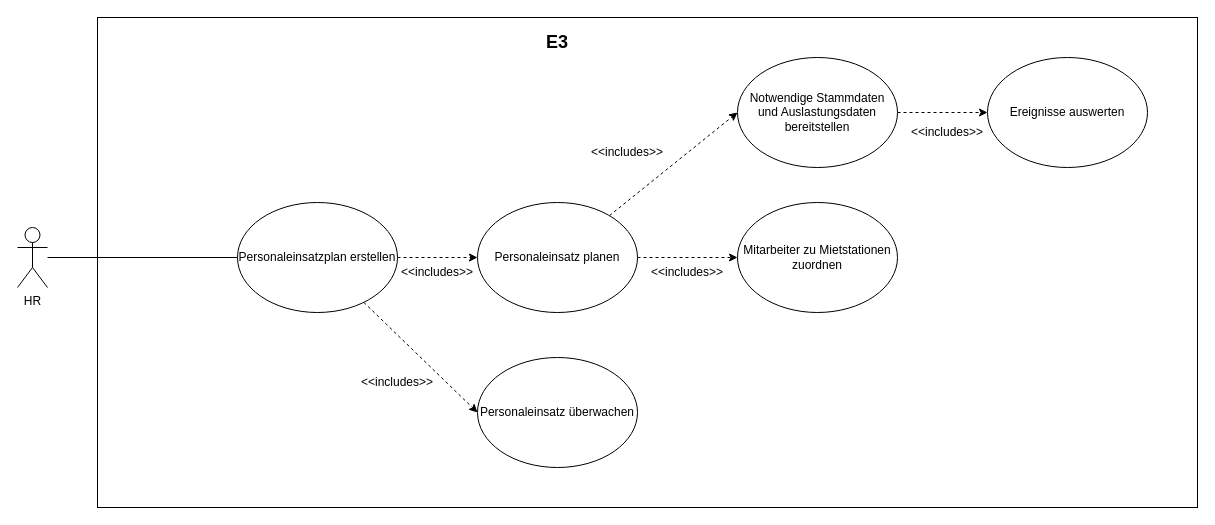
DlieBG/car_rental keeps this draw.io diagram as E - Allgemeine Verwaltung/E3 - Personaleinsatz planen/01 Anwendungsfalldiagramm - Personaleinsatz planen.drawio. Above is the earlier version. Source tidied: cells renumbered, new cells numbered last; positions are measured from the earlier drawing's top-left corner, leaving out a move shared by most shapes. Both pictures are drawn from the tidied source at 100%, with x=0, y=0 at pixel (17, 17).
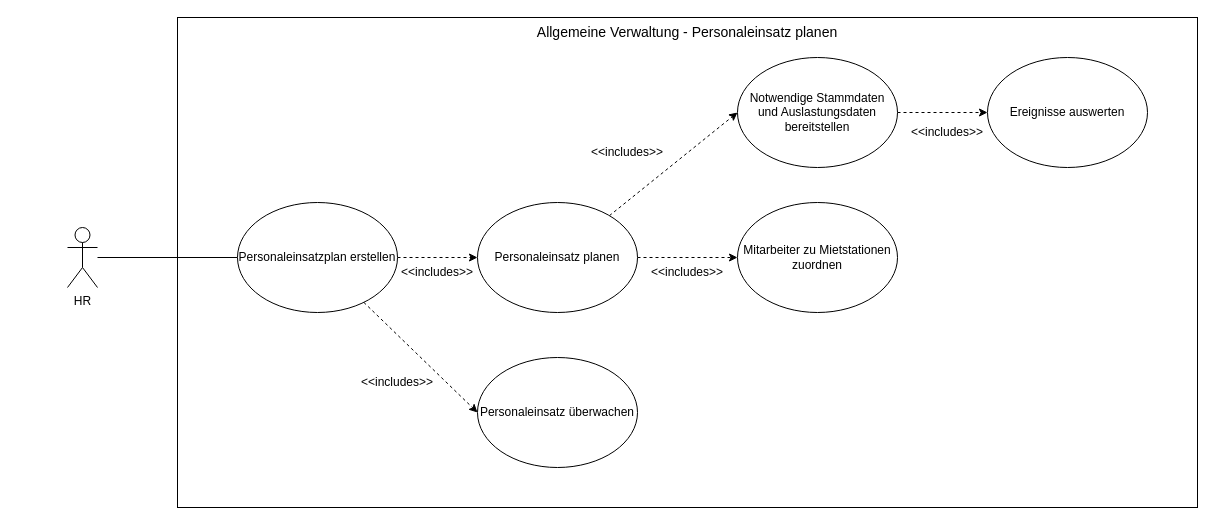
The same page after the edit.

What changed in the source:
```diff
@@
-    <mxCell id="2" style="rounded=0;whiteSpace=wrap;html=1;" parent="1" vertex="1">
-      <mxGeometry x="80" width="1100" height="490" as="geometry" />
+    <mxCell id="2" value="&lt;font style=&quot;font-size: 14px&quot;&gt;Allgemeine Verwaltung - Personaleinsatz planen&lt;/font&gt;" style="rounded=0;whiteSpace=wrap;html=1;verticalAlign=top;" parent="1" vertex="1">
+      <mxGeometry x="160" width="1020" height="490" as="geometry" />
     </mxCell>
@@
     <mxCell id="4" value="HR" style="shape=umlActor;verticalLabelPosition=bottom;verticalAlign=top;html=1;outlineConnect=0;" parent="1" vertex="1">
-      <mxGeometry y="210" width="30" height="60" as="geometry" />
+      <mxGeometry x="50" y="210" width="30" height="60" as="geometry" />
     </mxCell>
-    <mxCell id="5" value="&lt;font style=&quot;font-size: 18px&quot;&gt;&lt;b&gt;E3&lt;/b&gt;&lt;/font&gt;" style="text;html=1;strokeColor=none;fillColor=none;align=center;verticalAlign=middle;whiteSpace=wrap;rounded=0;" parent="1" vertex="1">
-      <mxGeometry x="350" y="10" width="380" height="30" as="geometry" />
-    </mxCell>
```
